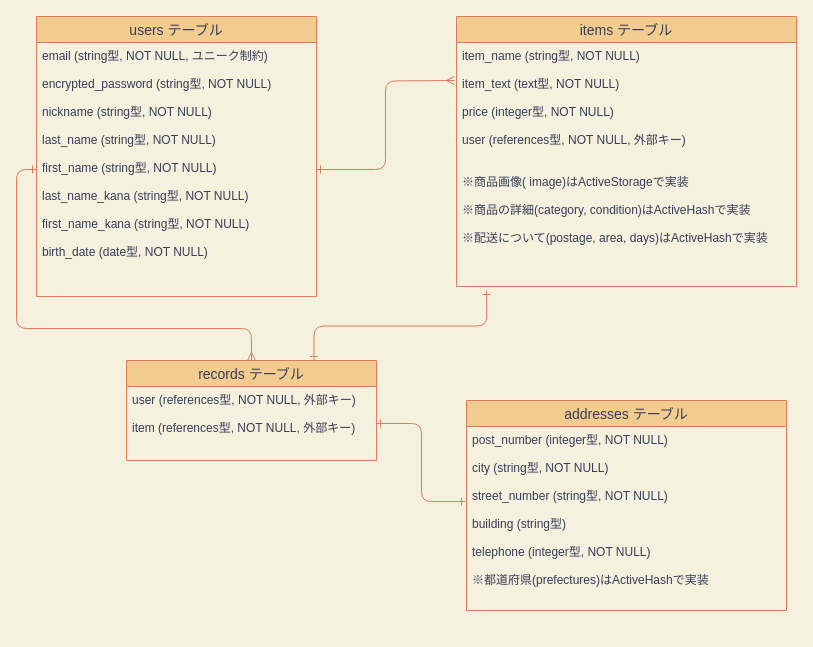
Before: Furima-36996.dio in arahito1994/furima-36996, a draw.io diagram. Source tidied: cells renumbered, new cells numbered last; positions are measured from the earlier drawing's top-left corner, leaving out a move shared by most shapes. Both pictures are drawn from the tidied source at 100%, with x=0, y=0 at pixel (36, 16).
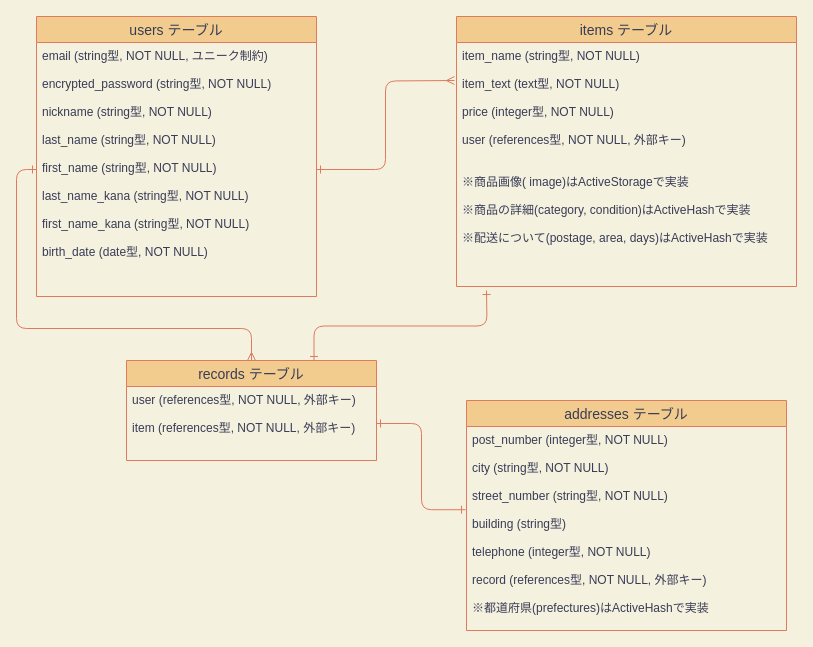
After the change.

Commit message (it also covers changes not shown here):
ER図、README修正

Diff of the diagram source:
```diff
@@
 <mxGraphModel background="#F4F1DE">
   <root>
     <mxCell id="0" />
     <mxCell id="1" parent="0" />
     <mxCell id="2" value="users テーブル" style="swimlane;fontStyle=0;horizontal=1;startSize=26;align=center;fontSize=14;rounded=0;sketch=0;fillColor=#F2CC8F;strokeColor=#E07A5F;fontColor=#393C56;" parent="1" vertex="1">
       <mxGeometry width="280" height="280" as="geometry" />
     </mxCell>
     <mxCell id="3" value="email (string型, NOT NULL, ユニーク制約)&#10;&#10;encrypted_password (string型, NOT NULL)&#10;&#10;nickname (string型, NOT NULL)&#10;&#10;last_name (string型, NOT NULL)&#10;&#10;first_name (string型, NOT NULL)&#10;&#10;last_name_kana (string型, NOT NULL)&#10;&#10;first_name_kana (string型, NOT NULL)&#10;&#10;birth_date (date型, NOT NULL)" style="text;strokeColor=none;fillColor=none;spacingLeft=4;spacingRight=4;overflow=hidden;points=[[0,0.5],[1,0.5]];portConstraint=eastwest;fontSize=12;fontColor=#393C56;" parent="2" vertex="1">
       <mxGeometry y="26" width="280" height="254" as="geometry" />
     </mxCell>
     <mxCell id="4" style="edgeStyle=orthogonalEdgeStyle;curved=0;rounded=1;sketch=0;jettySize=auto;html=1;exitX=0.75;exitY=0;exitDx=0;exitDy=0;startArrow=ERone;startFill=0;endArrow=ERone;endFill=0;strokeColor=#E07A5F;fontColor=#393C56;labelBackgroundColor=#F4F1DE;" parent="1" edge="1" source="5">
       <mxGeometry relative="1" as="geometry">
         <mxPoint x="450" y="274" as="targetPoint" />
       </mxGeometry>
     </mxCell>
     <mxCell id="5" value="records テーブル" style="swimlane;fontStyle=0;horizontal=1;startSize=26;align=center;fontSize=14;rounded=0;sketch=0;fillColor=#F2CC8F;strokeColor=#E07A5F;fontColor=#393C56;" parent="1" vertex="1">
       <mxGeometry x="90" y="344" width="250" height="100" as="geometry" />
     </mxCell>
     <mxCell id="6" value="user (references型, NOT NULL, 外部キー)&#10;&#10;item (references型, NOT NULL, 外部キー)" style="text;strokeColor=none;fillColor=none;spacingLeft=4;spacingRight=4;overflow=hidden;points=[[0,0.5],[1,0.5]];portConstraint=eastwest;fontSize=12;fontColor=#393C56;" parent="5" vertex="1">
       <mxGeometry y="26" width="250" height="74" as="geometry" />
     </mxCell>
     <mxCell id="7" value="items テーブル" style="swimlane;fontStyle=0;horizontal=1;startSize=26;align=center;fontSize=14;rounded=0;sketch=0;fillColor=#F2CC8F;strokeColor=#E07A5F;fontColor=#393C56;" parent="1" vertex="1">
       <mxGeometry x="420" width="340" height="270" as="geometry" />
     </mxCell>
     <mxCell id="8" value="item_name (string型, NOT NULL)&#10;&#10;item_text (text型, NOT NULL)&#10;&#10;price (integer型, NOT NULL)&#10;&#10;user (references型, NOT NULL, 外部キー)&#10;&#10;&#10;※商品画像( image)はActiveStorageで実装&#10;&#10;※商品の詳細(category, condition)はActiveHashで実装&#10;&#10;※配送について(postage, area, days)はActiveHashで実装&#10;" style="text;spacingLeft=4;spacingRight=4;overflow=hidden;fontSize=12;fontColor=#393C56;" parent="7" vertex="1">
       <mxGeometry y="26" width="340" height="244" as="geometry" />
     </mxCell>
     <mxCell id="9" value="addresses テーブル" style="swimlane;fontStyle=0;horizontal=1;startSize=26;align=center;fontSize=14;rounded=0;sketch=0;fillColor=#F2CC8F;strokeColor=#E07A5F;fontColor=#393C56;" parent="1" vertex="1">
-      <mxGeometry x="430" y="384" width="320" height="210" as="geometry" />
+      <mxGeometry x="430" y="384" width="320" height="230" as="geometry" />
     </mxCell>
-    <mxCell id="10" value="post_number (integer型, NOT NULL)&#10;&#10;city (string型, NOT NULL)&#10;&#10;street_number (string型, NOT NULL)&#10;&#10;building (string型)&#10;&#10;telephone (integer型, NOT NULL)&#10;&#10;※都道府県(prefectures)はActiveHashで実装&#10;" style="text;strokeColor=none;fillColor=none;spacingLeft=4;spacingRight=4;overflow=hidden;points=[[0,0.5],[1,0.5]];portConstraint=eastwest;fontSize=12;fontColor=#393C56;" parent="9" vertex="1">
-      <mxGeometry y="26" width="320" height="184" as="geometry" />
+    <mxCell id="10" value="post_number (integer型, NOT NULL)&#10;&#10;city (string型, NOT NULL)&#10;&#10;street_number (string型, NOT NULL)&#10;&#10;building (string型)&#10;&#10;telephone (integer型, NOT NULL)&#10;&#10;record (references型, NOT NULL, 外部キー)&#10;&#10;※都道府県(prefectures)はActiveHashで実装&#10;" style="text;strokeColor=none;fillColor=none;spacingLeft=4;spacingRight=4;overflow=hidden;points=[[0,0.5],[1,0.5]];portConstraint=eastwest;fontSize=12;fontColor=#393C56;" parent="9" vertex="1">
+      <mxGeometry y="26" width="320" height="204" as="geometry" />
     </mxCell>
     <mxCell id="11" style="edgeStyle=orthogonalEdgeStyle;curved=0;rounded=1;sketch=0;jettySize=auto;html=1;exitX=1;exitY=0.5;exitDx=0;exitDy=0;endArrow=ERmany;endFill=0;startArrow=ERone;startFill=0;strokeColor=#E07A5F;fontColor=#393C56;labelBackgroundColor=#F4F1DE;" parent="1" edge="1" source="3">
       <mxGeometry relative="1" as="geometry">
         <mxPoint x="418" y="64" as="targetPoint" />
       </mxGeometry>
     </mxCell>
     <mxCell id="12" style="edgeStyle=orthogonalEdgeStyle;curved=0;rounded=1;sketch=0;jettySize=auto;html=1;exitX=0;exitY=0.5;exitDx=0;exitDy=0;entryX=0.5;entryY=0;entryDx=0;entryDy=0;startArrow=ERone;startFill=0;endArrow=ERmany;endFill=0;strokeColor=#E07A5F;fontColor=#393C56;labelBackgroundColor=#F4F1DE;" parent="1" edge="1" source="3" target="5">
       <mxGeometry relative="1" as="geometry" />
     </mxCell>
     <mxCell id="13" style="edgeStyle=orthogonalEdgeStyle;curved=0;rounded=1;sketch=0;jettySize=auto;html=1;exitX=1;exitY=0.5;exitDx=0;exitDy=0;entryX=-0.003;entryY=0.408;entryDx=0;entryDy=0;entryPerimeter=0;startArrow=ERone;startFill=0;endArrow=ERone;endFill=0;strokeColor=#E07A5F;fontColor=#393C56;labelBackgroundColor=#F4F1DE;" parent="1" edge="1" source="6" target="10">
       <mxGeometry relative="1" as="geometry" />
     </mxCell>
   </root>
 </mxGraphModel>
```
